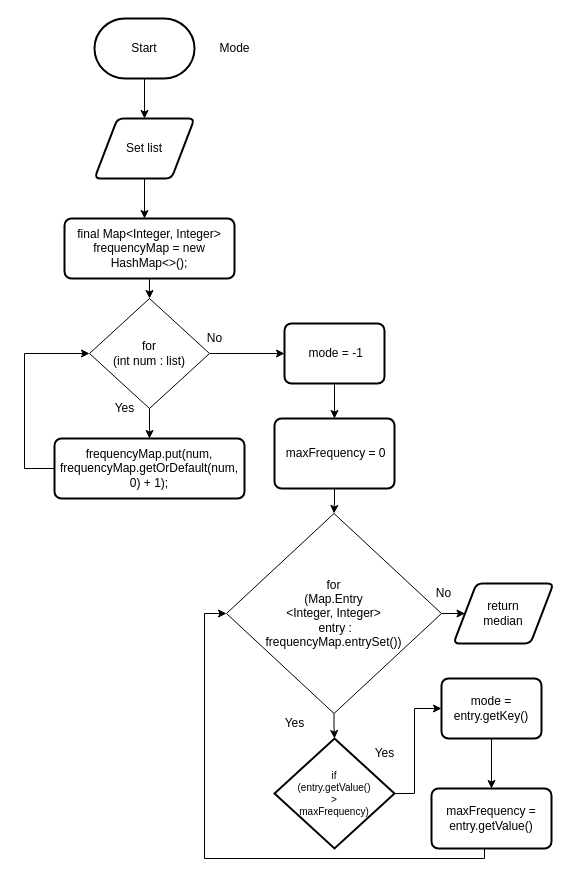
This is Unit1-06/design/flowchart-Mode.drawio from evan-beaudoin99/ICS4U-Unit1-Evan-Beaudoin, a draw.io file, before an edit. Source tidied: cells renumbered, new cells numbered last; positions are measured from the earlier drawing's top-left corner, leaving out a move shared by most shapes. Both pictures are drawn from the tidied source at 100%, with x=0, y=0 at pixel (24, 18).
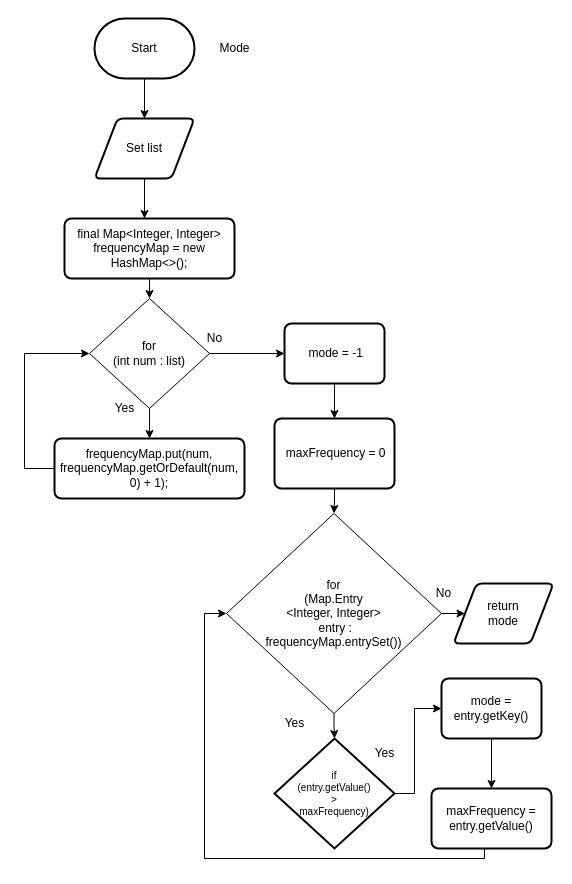
Above is the later version.

Diff of the diagram source:
```diff
@@
-    <mxCell id="3" value="return&lt;br&gt;median" style="shape=parallelogram;html=1;strokeWidth=2;perimeter=parallelogramPerimeter;whiteSpace=wrap;rounded=1;arcSize=12;size=0.23;" parent="1" vertex="1">
+    <mxCell id="3" value="return&lt;br&gt;mode" style="shape=parallelogram;html=1;strokeWidth=2;perimeter=parallelogramPerimeter;whiteSpace=wrap;rounded=1;arcSize=12;size=0.23;" parent="1" vertex="1">
       <mxGeometry x="429" y="565" width="100" height="60" as="geometry" />
     </mxCell>
```
